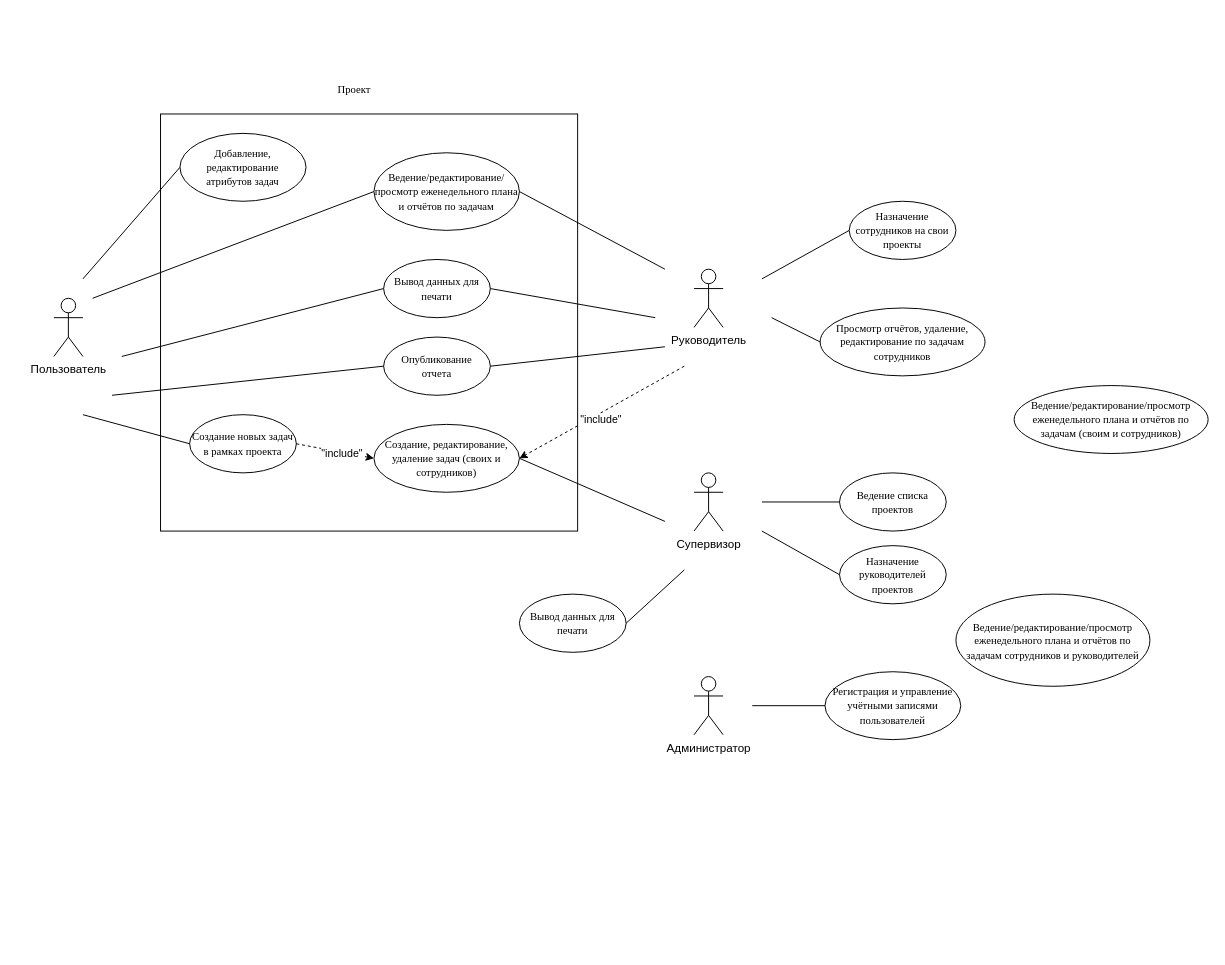
Before: Для ДЗ №8.drawio in pytonuserouner/UML_study, a draw.io diagram. Source tidied: cells renumbered, new cells numbered last; positions are measured from the earlier drawing's top-left corner, leaving out a move shared by most shapes. Both pictures are drawn from the tidied source at 97%, with x=0, y=0 at pixel (53, 75).
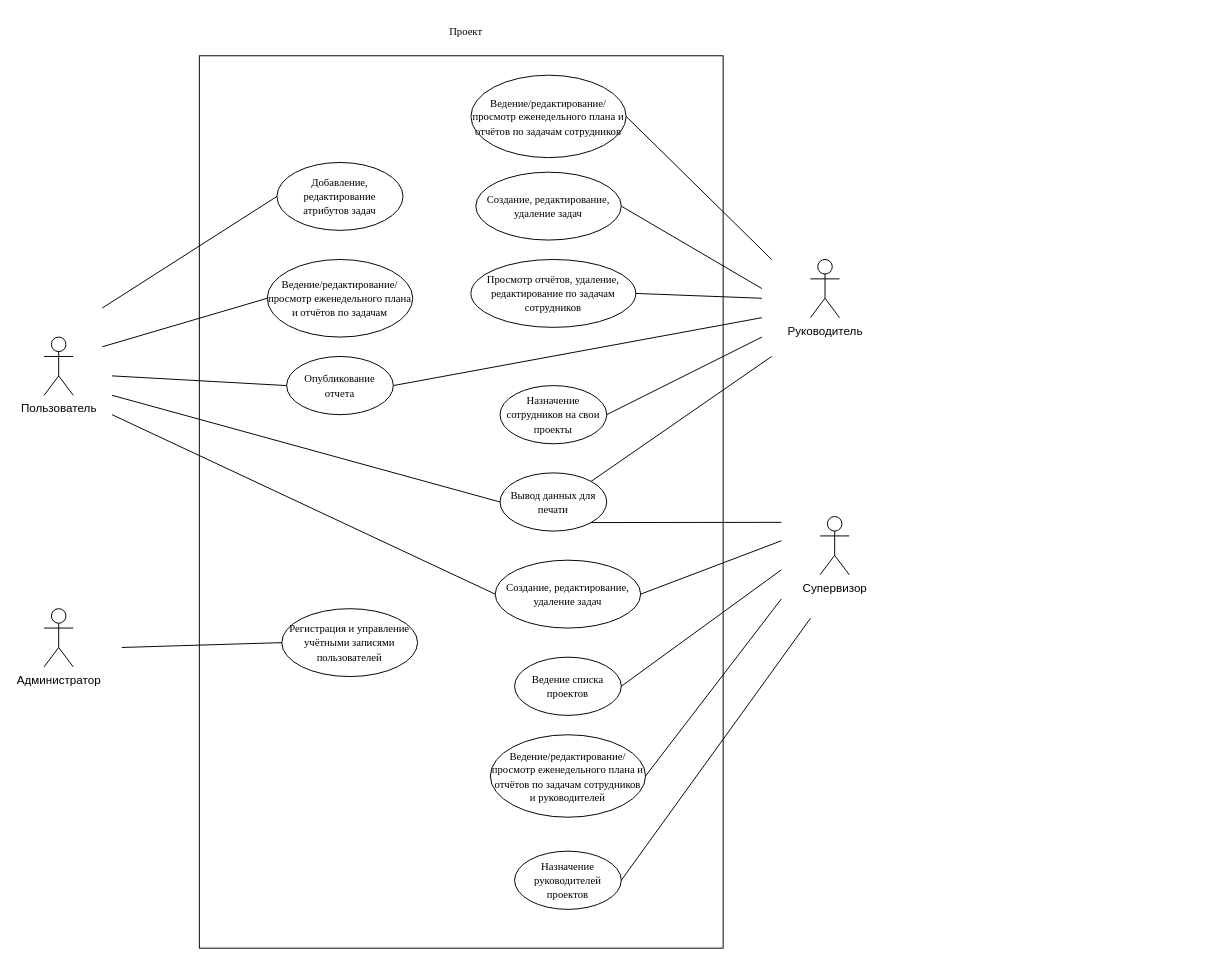
The same diagram, later.

The edit, as a diff of the source:
```diff
@@
-    <mxCell id="2" style="whiteSpace=wrap;html=1;imageAspect=0;fixedWidth=0;" parent="1" vertex="1">
-      <mxGeometry x="110" y="40" width="430" height="430" as="geometry" />
-    </mxCell>
+    <mxCell id="41" style="rounded=0;whiteSpace=wrap;html=1;" parent="1" vertex="1">
+      <mxGeometry x="150" y="-20" width="540" height="920" as="geometry" />
+    </mxCell>
     <mxCell id="3" value="Пользователь" style="shape=umlActor;verticalLabelPosition=bottom;verticalAlign=top;html=1;" parent="1" vertex="1">
-      <mxGeometry y="230" width="30" height="60" as="geometry" />
+      <mxGeometry x="-10" y="270" width="30" height="60" as="geometry" />
     </mxCell>
     <mxCell id="4" value="Администратор" style="shape=umlActor;verticalLabelPosition=bottom;verticalAlign=top;html=1;" parent="1" vertex="1">
-      <mxGeometry x="660" y="620" width="30" height="60" as="geometry" />
+      <mxGeometry x="-10" y="550" width="30" height="60" as="geometry" />
     </mxCell>
     <mxCell id="5" value="Супервизор" style="shape=umlActor;verticalLabelPosition=bottom;verticalAlign=top;html=1;" parent="1" vertex="1">
-      <mxGeometry x="660" y="410" width="30" height="60" as="geometry" />
+      <mxGeometry x="790" y="455" width="30" height="60" as="geometry" />
     </mxCell>
     <mxCell id="6" value="Руководитель" style="shape=umlActor;verticalLabelPosition=bottom;verticalAlign=top;html=1;" parent="1" vertex="1">
-      <mxGeometry x="660" y="200" width="30" height="60" as="geometry" />
+      <mxGeometry x="780" y="190" width="30" height="60" as="geometry" />
     </mxCell>
     <mxCell id="7" value="&lt;font face=&quot;Times New Roman&quot;&gt;&lt;span style=&quot;font-size: 11px;&quot;&gt;Ведение/редактирование/просмотр еженедельного плана и отчётов по задачам&lt;/span&gt;&lt;/font&gt;" style="ellipse;whiteSpace=wrap;html=1;" parent="1" vertex="1">
-      <mxGeometry x="330" y="80" width="150" height="80" as="geometry" />
+      <mxGeometry x="220" y="190" width="150" height="80" as="geometry" />
     </mxCell>
     <mxCell id="8" value="&lt;font face=&quot;Times New Roman&quot;&gt;&lt;span style=&quot;font-size: 11px;&quot;&gt;Добавление, редактирование&lt;/span&gt;&lt;/font&gt;&lt;div&gt;&lt;font face=&quot;Times New Roman&quot;&gt;&lt;span style=&quot;font-size: 11px;&quot;&gt;атрибутов задач&lt;/span&gt;&lt;/font&gt;&lt;/div&gt;" style="ellipse;whiteSpace=wrap;html=1;" parent="1" vertex="1">
-      <mxGeometry x="130" y="60" width="130" height="70" as="geometry" />
+      <mxGeometry x="230" y="90" width="130" height="70" as="geometry" />
     </mxCell>
-    <mxCell id="9" value="&lt;font face=&quot;Times New Roman&quot;&gt;&lt;span style=&quot;font-size: 11px;&quot;&gt;Создание новых задач в рамках проекта&lt;/span&gt;&lt;/font&gt;" style="ellipse;whiteSpace=wrap;html=1;" parent="1" vertex="1">
-      <mxGeometry x="140" y="350" width="110" height="60" as="geometry" />
-    </mxCell>
-    <mxCell id="10" value="&lt;font face=&quot;Times New Roman&quot;&gt;&lt;span style=&quot;font-size: 11px;&quot;&gt;Опубликование&lt;/span&gt;&lt;/font&gt;&lt;div&gt;&lt;font face=&quot;Times New Roman&quot;&gt;&lt;span style=&quot;font-size: 11px;&quot;&gt;отчета&lt;/span&gt;&lt;/font&gt;&lt;/div&gt;" style="ellipse;whiteSpace=wrap;html=1;" parent="1" vertex="1">
-      <mxGeometry x="340" y="270" width="110" height="60" as="geometry" />
+    <mxCell id="10" value="&lt;span style=&quot;font-family: &amp;quot;Times New Roman&amp;quot;; font-size: 11px;&quot;&gt;Вывод данных для печати&lt;/span&gt;" style="ellipse;whiteSpace=wrap;html=1;" parent="1" vertex="1">
+      <mxGeometry x="460" y="410" width="110" height="60" as="geometry" />
     </mxCell>
-    <mxCell id="11" value="&lt;font face=&quot;Times New Roman&quot;&gt;&lt;span style=&quot;font-size: 11px;&quot;&gt;Вывод данных для печати&lt;/span&gt;&lt;/font&gt;" style="ellipse;whiteSpace=wrap;html=1;" parent="1" vertex="1">
-      <mxGeometry x="340" y="190" width="110" height="60" as="geometry" />
+    <mxCell id="11" value="&lt;font face=&quot;Times New Roman&quot;&gt;&lt;span style=&quot;font-size: 11px;&quot;&gt;Опубликование&lt;/span&gt;&lt;/font&gt;&lt;div&gt;&lt;font face=&quot;Times New Roman&quot;&gt;&lt;span style=&quot;font-size: 11px;&quot;&gt;отчета&lt;/span&gt;&lt;/font&gt;&lt;/div&gt;" style="ellipse;whiteSpace=wrap;html=1;" parent="1" vertex="1">
+      <mxGeometry x="240" y="290" width="110" height="60" as="geometry" />
     </mxCell>
-    <mxCell id="12" value="&lt;font face=&quot;Times New Roman&quot;&gt;&lt;span style=&quot;font-size: 11px;&quot;&gt;Ведение/редактирование/просмотр еженедельного плана и отчётов по задачам (своим и сотрудников)&lt;/span&gt;&lt;/font&gt;" style="ellipse;whiteSpace=wrap;html=1;" parent="1" vertex="1">
-      <mxGeometry x="990" y="320" width="200" height="70" as="geometry" />
-    </mxCell>
-    <mxCell id="13" value="&lt;font face=&quot;Times New Roman&quot;&gt;&lt;span style=&quot;font-size: 11px;&quot;&gt;Создание, редактирование, удаление задач (своих и сотрудников)&lt;/span&gt;&lt;/font&gt;" style="ellipse;whiteSpace=wrap;html=1;" parent="1" vertex="1">
-      <mxGeometry x="330" y="360" width="150" height="70" as="geometry" />
+    <mxCell id="13" value="&lt;font face=&quot;Times New Roman&quot;&gt;&lt;span style=&quot;font-size: 11px;&quot;&gt;Создание, редактирование, удаление задач&lt;/span&gt;&lt;/font&gt;" style="ellipse;whiteSpace=wrap;html=1;" parent="1" vertex="1">
+      <mxGeometry x="455" y="500" width="150" height="70" as="geometry" />
     </mxCell>
     <mxCell id="14" value="&lt;font face=&quot;Times New Roman&quot;&gt;&lt;span style=&quot;font-size: 11px;&quot;&gt;Назначение сотрудников на свои проекты&lt;/span&gt;&lt;/font&gt;" style="ellipse;whiteSpace=wrap;html=1;" parent="1" vertex="1">
-      <mxGeometry x="820" y="130" width="110" height="60" as="geometry" />
+      <mxGeometry x="460" y="320" width="110" height="60" as="geometry" />
     </mxCell>
     <mxCell id="15" value="&lt;font face=&quot;Times New Roman&quot;&gt;&lt;span style=&quot;font-size: 11px;&quot;&gt;Просмотр отчётов, удаление, редактирование по задачам сотрудников&lt;/span&gt;&lt;/font&gt;" style="ellipse;whiteSpace=wrap;html=1;" parent="1" vertex="1">
-      <mxGeometry x="790" y="240" width="170" height="70" as="geometry" />
+      <mxGeometry x="430" y="190" width="170" height="70" as="geometry" />
     </mxCell>
     <mxCell id="16" style="endArrow=none;html=1;rounded=0;entryX=0;entryY=0.5;entryDx=0;entryDy=0;" parent="1" edge="1" target="7">
       <mxGeometry relative="1" as="geometry">
-        <mxPoint x="40" y="230" as="sourcePoint" />
+        <mxPoint x="50" y="280" as="sourcePoint" />
       </mxGeometry>
     </mxCell>
     <mxCell id="17" style="endArrow=none;html=1;rounded=0;entryX=0;entryY=0.5;entryDx=0;entryDy=0;" parent="1" edge="1" target="8">
       <mxGeometry relative="1" as="geometry">
-        <mxPoint x="30" y="210" as="sourcePoint" />
+        <mxPoint x="50" y="240" as="sourcePoint" />
       </mxGeometry>
     </mxCell>
-    <mxCell id="18" style="endArrow=none;html=1;rounded=0;entryX=0;entryY=0.5;entryDx=0;entryDy=0;" parent="1" edge="1" target="9">
+    <mxCell id="18" style="endArrow=none;html=1;rounded=0;entryX=0;entryY=0.5;entryDx=0;entryDy=0;" parent="1" edge="1" target="13">
       <mxGeometry relative="1" as="geometry">
-        <mxPoint x="30" y="350" as="sourcePoint" />
+        <mxPoint x="60" y="350" as="sourcePoint" />
       </mxGeometry>
     </mxCell>
@@
     <mxCell id="20" style="endArrow=none;html=1;rounded=0;exitX=0;exitY=0.5;exitDx=0;exitDy=0;" parent="1" edge="1" source="11">
       <mxGeometry relative="1" as="geometry">
-        <mxPoint x="70" y="290" as="targetPoint" />
+        <mxPoint x="60" y="310" as="targetPoint" />
       </mxGeometry>
     </mxCell>
-    <mxCell id="21" style="endArrow=none;html=1;rounded=0;exitX=0;exitY=0.5;exitDx=0;exitDy=0;" parent="1" edge="1" source="14">
+    <mxCell id="21" style="endArrow=none;html=1;rounded=0;exitX=1;exitY=0.5;exitDx=0;exitDy=0;" parent="1" edge="1" source="14">
       <mxGeometry relative="1" as="geometry">
-        <mxPoint x="730" y="210" as="targetPoint" />
+        <mxPoint x="730" y="270" as="targetPoint" />
       </mxGeometry>
     </mxCell>
-    <mxCell id="22" style="endArrow=none;html=1;rounded=0;exitX=0;exitY=0.5;exitDx=0;exitDy=0;" parent="1" edge="1" source="15">
+    <mxCell id="22" style="endArrow=none;html=1;rounded=0;exitX=1;exitY=0.5;exitDx=0;exitDy=0;" parent="1" edge="1" source="15">
       <mxGeometry relative="1" as="geometry">
-        <mxPoint x="740" y="250" as="targetPoint" />
+        <mxPoint x="730" y="230" as="targetPoint" />
       </mxGeometry>
     </mxCell>
-    <mxCell id="23" value="&lt;font face=&quot;Times New Roman&quot;&gt;&lt;span style=&quot;font-size: 11px;&quot;&gt;Ведение/редактирование/просмотр еженедельного плана и отчётов по задачам сотрудников и руководителей&lt;/span&gt;&lt;/font&gt;" style="ellipse;whiteSpace=wrap;html=1;" parent="1" vertex="1">
-      <mxGeometry x="930" y="535" width="200" height="95" as="geometry" />
-    </mxCell>
     <mxCell id="24" value="&lt;font face=&quot;Times New Roman&quot;&gt;&lt;span style=&quot;font-size: 11px;&quot;&gt;Ведение списка проектов&lt;/span&gt;&lt;/font&gt;" style="ellipse;whiteSpace=wrap;html=1;" parent="1" vertex="1">
-      <mxGeometry x="810" y="410" width="110" height="60" as="geometry" />
+      <mxGeometry x="475" y="600" width="110" height="60" as="geometry" />
     </mxCell>
     <mxCell id="25" value="&lt;font face=&quot;Times New Roman&quot;&gt;&lt;span style=&quot;font-size: 11px;&quot;&gt;Назначение руководителей проектов&lt;/span&gt;&lt;/font&gt;" style="ellipse;whiteSpace=wrap;html=1;" parent="1" vertex="1">
-      <mxGeometry x="810" y="485" width="110" height="60" as="geometry" />
+      <mxGeometry x="475" y="800" width="110" height="60" as="geometry" />
     </mxCell>
-    <mxCell id="26" value="&lt;font face=&quot;Times New Roman&quot;&gt;&lt;span style=&quot;font-size: 11px;&quot;&gt;Вывод данных для печати&lt;/span&gt;&lt;/font&gt;" style="ellipse;whiteSpace=wrap;html=1;" parent="1" vertex="1">
-      <mxGeometry x="480" y="535" width="110" height="60" as="geometry" />
-    </mxCell>
     <mxCell id="27" value="&lt;font face=&quot;Times New Roman&quot;&gt;&lt;span style=&quot;font-size: 11px;&quot;&gt;Регистрация и управление учётными записями пользователей&lt;/span&gt;&lt;/font&gt;" style="ellipse;whiteSpace=wrap;html=1;" parent="1" vertex="1">
-      <mxGeometry x="795" y="615" width="140" height="70" as="geometry" />
+      <mxGeometry x="235" y="550" width="140" height="70" as="geometry" />
     </mxCell>
-    <mxCell id="28" style="endArrow=none;html=1;rounded=0;exitX=0;exitY=0.5;exitDx=0;exitDy=0;" parent="1" edge="1" source="24">
+    <mxCell id="28" style="endArrow=none;html=1;rounded=0;exitX=1;exitY=0.5;exitDx=0;exitDy=0;" parent="1" edge="1" source="24">
       <mxGeometry relative="1" as="geometry">
-        <mxPoint x="730" y="440" as="targetPoint" />
+        <mxPoint x="750" y="510" as="targetPoint" />
       </mxGeometry>
     </mxCell>
-    <mxCell id="29" style="endArrow=none;html=1;rounded=0;entryX=0;entryY=0.5;entryDx=0;entryDy=0;" parent="1" edge="1" target="25">
+    <mxCell id="29" style="endArrow=none;html=1;rounded=0;entryX=1;entryY=0.5;entryDx=0;entryDy=0;" parent="1" edge="1" target="25">
       <mxGeometry relative="1" as="geometry">
-        <mxPoint x="730" y="470" as="sourcePoint" />
+        <mxPoint x="780" y="560" as="sourcePoint" />
       </mxGeometry>
     </mxCell>
-    <mxCell id="30" style="endArrow=none;html=1;rounded=0;exitX=1;exitY=0.5;exitDx=0;exitDy=0;" parent="1" edge="1" source="26">
-      <mxGeometry relative="1" as="geometry">
-        <mxPoint x="650" y="510" as="targetPoint" />
-      </mxGeometry>
-    </mxCell>
-    <mxCell id="31" style="endArrow=none;html=1;rounded=0;entryX=1;entryY=0.5;entryDx=0;entryDy=0;" parent="1" edge="1" target="7">
-      <mxGeometry relative="1" as="geometry">
-        <mxPoint x="630" y="200" as="sourcePoint" />
-      </mxGeometry>
-    </mxCell>
-    <mxCell id="32" style="endArrow=classic;html=1;rounded=0;entryX=0;entryY=0.5;entryDx=0;entryDy=0;dashed=1;exitX=1;exitY=0.5;exitDx=0;exitDy=0;" parent="1" edge="1" source="9" target="13">
-      <mxGeometry relative="1" as="geometry" />
-    </mxCell>
-    <mxCell id="33" value="&quot;include&quot;" style="edgeLabel;html=1;align=center;verticalAlign=middle;" parent="32" vertex="1">
-      <mxGeometry x="0.16" y="-1" relative="1" as="geometry" />
-    </mxCell>
     <mxCell id="34" style="endArrow=none;html=1;rounded=0;exitX=1;exitY=0.5;exitDx=0;exitDy=0;" parent="1" edge="1" source="11">
       <mxGeometry relative="1" as="geometry">
-        <mxPoint x="620" y="250" as="targetPoint" />
+        <mxPoint x="730" y="250" as="targetPoint" />
       </mxGeometry>
     </mxCell>
-    <mxCell id="35" style="endArrow=none;html=1;rounded=0;exitX=1;exitY=0.5;exitDx=0;exitDy=0;" parent="1" edge="1" source="10">
+    <mxCell id="35" style="endArrow=none;html=1;rounded=0;exitX=1;exitY=0;exitDx=0;exitDy=0;" parent="1" edge="1" source="10">
       <mxGeometry relative="1" as="geometry">
-        <mxPoint x="630" y="280" as="targetPoint" />
+        <mxPoint x="740" y="290" as="targetPoint" />
       </mxGeometry>
     </mxCell>
     <mxCell id="36" style="endArrow=none;html=1;rounded=0;exitX=0;exitY=0.5;exitDx=0;exitDy=0;" parent="1" edge="1" source="27">
       <mxGeometry relative="1" as="geometry">
-        <mxPoint x="720" y="650" as="targetPoint" />
+        <mxPoint x="70" y="590" as="targetPoint" />
       </mxGeometry>
     </mxCell>
-    <mxCell id="37" style="endArrow=classic;html=1;rounded=0;entryX=1;entryY=0.5;entryDx=0;entryDy=0;dashed=1;" parent="1" edge="1" target="13">
-      <mxGeometry relative="1" as="geometry">
-        <mxPoint x="650" y="300" as="sourcePoint" />
-      </mxGeometry>
-    </mxCell>
-    <mxCell id="38" value="&quot;include&quot;" style="edgeLabel;html=1;align=center;verticalAlign=middle;" parent="37" vertex="1">
-      <mxGeometry x="0.05" y="5" relative="1" as="geometry" />
-    </mxCell>
     <mxCell id="39" style="endArrow=none;html=1;rounded=0;entryX=1;entryY=0.5;entryDx=0;entryDy=0;" parent="1" edge="1" target="13">
       <mxGeometry relative="1" as="geometry">
-        <mxPoint x="630" y="460" as="sourcePoint" />
+        <mxPoint x="750" y="480" as="sourcePoint" />
       </mxGeometry>
     </mxCell>
     <mxCell id="40" value="&lt;font style=&quot;font-size: 11px;&quot; face=&quot;Times New Roman&quot;&gt;Проект&lt;/font&gt;" style="text;html=1;align=center;verticalAlign=middle;whiteSpace=wrap;rounded=0;" parent="1" vertex="1">
-      <mxGeometry x="280" width="60" height="30" as="geometry" />
+      <mxGeometry x="395" y="-60" width="60" height="30" as="geometry" />
     </mxCell>
+    <mxCell id="42" style="endArrow=none;html=1;rounded=0;entryX=1;entryY=1;entryDx=0;entryDy=0;" parent="1" edge="1" target="10">
+      <mxGeometry relative="1" as="geometry">
+        <mxPoint x="750" y="461" as="sourcePoint" />
+      </mxGeometry>
+    </mxCell>
+    <mxCell id="43" style="endArrow=none;html=1;rounded=0;exitX=1;exitY=0.5;exitDx=0;exitDy=0;strokeColor=#050505;" parent="1" edge="1" source="46">
+      <mxGeometry relative="1" as="geometry">
+        <mxPoint x="730" y="220" as="targetPoint" />
+      </mxGeometry>
+    </mxCell>
+    <mxCell id="44" value="&lt;font face=&quot;Times New Roman&quot;&gt;&lt;span style=&quot;font-size: 11px;&quot;&gt;Ведение/редактирование/просмотр еженедельного плана и отчётов по задачам сотрудников&lt;/span&gt;&lt;/font&gt;" style="ellipse;whiteSpace=wrap;html=1;" parent="1" vertex="1">
+      <mxGeometry x="430" width="160" height="85" as="geometry" />
+    </mxCell>
+    <mxCell id="45" style="endArrow=none;html=1;rounded=0;entryX=1;entryY=0.5;entryDx=0;entryDy=0;" parent="1" edge="1" target="44">
+      <mxGeometry relative="1" as="geometry">
+        <mxPoint x="740" y="190" as="sourcePoint" />
+      </mxGeometry>
+    </mxCell>
+    <mxCell id="23" value="&lt;font face=&quot;Times New Roman&quot;&gt;&lt;span style=&quot;font-size: 11px;&quot;&gt;Ведение/редактирование/просмотр еженедельного плана и отчётов по задачам сотрудников и руководителей&lt;/span&gt;&lt;/font&gt;" style="ellipse;whiteSpace=wrap;html=1;" parent="1" vertex="1">
+      <mxGeometry x="450" y="680" width="160" height="85" as="geometry" />
+    </mxCell>
+    <mxCell id="46" value="&lt;font face=&quot;Times New Roman&quot;&gt;&lt;span style=&quot;font-size: 11px;&quot;&gt;Создание, редактирование, удаление задач&lt;/span&gt;&lt;/font&gt;" style="ellipse;whiteSpace=wrap;html=1;" parent="1" vertex="1">
+      <mxGeometry x="435" y="100" width="150" height="70" as="geometry" />
+    </mxCell>
+    <mxCell id="47" style="endArrow=none;html=1;rounded=0;exitX=1;exitY=0.5;exitDx=0;exitDy=0;" parent="1" edge="1" source="23">
+      <mxGeometry relative="1" as="geometry">
+        <mxPoint x="750" y="540" as="targetPoint" />
+      </mxGeometry>
+    </mxCell>
```
